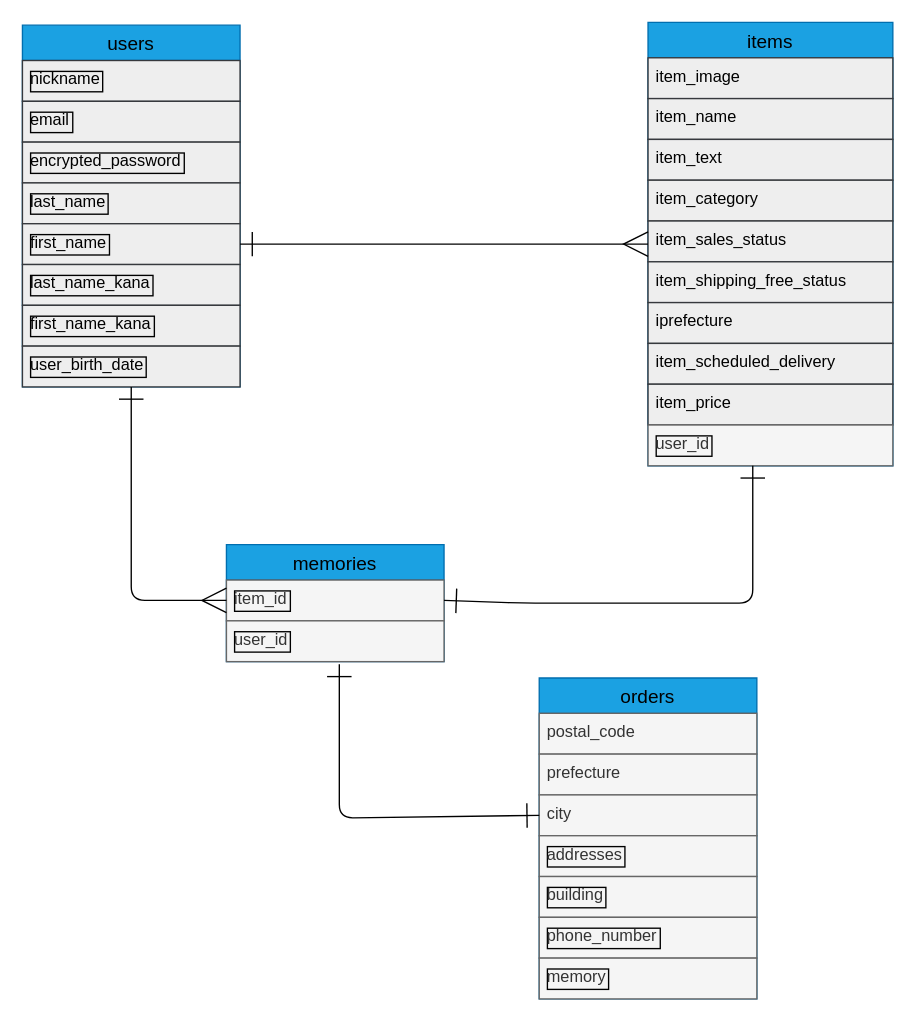
nakk-ramy/furima-38146 keeps this draw.io diagram as furimaDB.dio. Above is the earlier version. Source tidied: cells renumbered, new cells numbered last; positions are measured from the earlier drawing's top-left corner, leaving out a move shared by most shapes. Both pictures are drawn from the tidied source at 136%, with x=0, y=0 at pixel (22, 22).
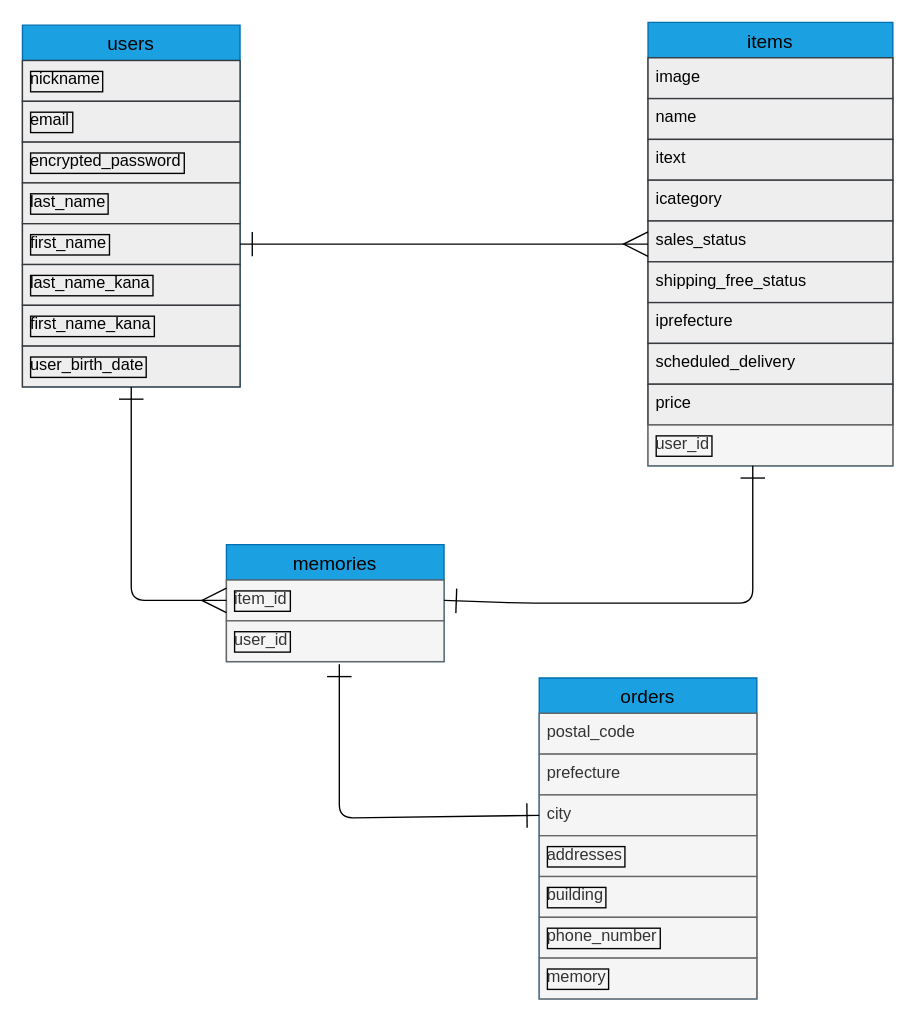
Above is the later version.

Unchanged cells that the change refers to:
```xml
<mxCell id="11" value="items" style="swimlane;fontStyle=0;horizontal=1;startSize=26;align=center;fontSize=14;fillColor=#1ba1e2;fontColor=#000000;strokeColor=#006EAF;" parent="1" vertex="1">
  <mxGeometry x="460" width="180" height="326" as="geometry" />
</mxCell>
```

Diff of the diagram source:
```diff
@@
-    <mxCell id="12" value="item_image" style="text;strokeColor=#36393d;fillColor=#eeeeee;spacingLeft=4;spacingRight=4;overflow=hidden;fontSize=12;fontColor=#000000;" parent="11" vertex="1">
+    <mxCell id="12" value="image" style="text;strokeColor=#36393d;fillColor=#eeeeee;spacingLeft=4;spacingRight=4;overflow=hidden;fontSize=12;fontColor=#000000;" parent="11" vertex="1">
       <mxGeometry y="26" width="180" height="30" as="geometry" />
     </mxCell>
-    <mxCell id="13" value="item_name" style="text;strokeColor=#36393d;fillColor=#eeeeee;spacingLeft=4;spacingRight=4;overflow=hidden;fontSize=12;fontColor=#000000;" parent="11" vertex="1">
+    <mxCell id="13" value="name" style="text;strokeColor=#36393d;fillColor=#eeeeee;spacingLeft=4;spacingRight=4;overflow=hidden;fontSize=12;fontColor=#000000;" parent="11" vertex="1">
       <mxGeometry y="56" width="180" height="30" as="geometry" />
     </mxCell>
-    <mxCell id="14" value="item_text" style="text;strokeColor=#36393d;fillColor=#eeeeee;spacingLeft=4;spacingRight=4;overflow=hidden;fontSize=12;fontColor=#000000;" parent="11" vertex="1">
+    <mxCell id="14" value="itext" style="text;strokeColor=#36393d;fillColor=#eeeeee;spacingLeft=4;spacingRight=4;overflow=hidden;fontSize=12;fontColor=#000000;" parent="11" vertex="1">
       <mxGeometry y="86" width="180" height="30" as="geometry" />
     </mxCell>
-    <mxCell id="15" value="item_category" style="text;strokeColor=#36393d;fillColor=#eeeeee;spacingLeft=4;spacingRight=4;overflow=hidden;fontSize=12;fontColor=#000000;" parent="11" vertex="1">
+    <mxCell id="15" value="icategory" style="text;strokeColor=#36393d;fillColor=#eeeeee;spacingLeft=4;spacingRight=4;overflow=hidden;fontSize=12;fontColor=#000000;" parent="11" vertex="1">
       <mxGeometry y="116" width="180" height="30" as="geometry" />
     </mxCell>
-    <mxCell id="16" value="item_sales_status" style="text;strokeColor=#36393d;fillColor=#eeeeee;spacingLeft=4;spacingRight=4;overflow=hidden;fontSize=12;fontColor=#000000;" parent="11" vertex="1">
+    <mxCell id="16" value="sales_status" style="text;strokeColor=#36393d;fillColor=#eeeeee;spacingLeft=4;spacingRight=4;overflow=hidden;fontSize=12;fontColor=#000000;" parent="11" vertex="1">
       <mxGeometry y="146" width="180" height="30" as="geometry" />
     </mxCell>
-    <mxCell id="17" value="item_shipping_free_status" style="text;strokeColor=#36393d;fillColor=#eeeeee;spacingLeft=4;spacingRight=4;overflow=hidden;fontSize=12;fontColor=#000000;" parent="11" vertex="1">
+    <mxCell id="17" value="shipping_free_status" style="text;strokeColor=#36393d;fillColor=#eeeeee;spacingLeft=4;spacingRight=4;overflow=hidden;fontSize=12;fontColor=#000000;" parent="11" vertex="1">
       <mxGeometry y="176" width="180" height="30" as="geometry" />
     </mxCell>
@@
-    <mxCell id="19" value="item_scheduled_delivery" style="text;strokeColor=#36393d;fillColor=#eeeeee;spacingLeft=4;spacingRight=4;overflow=hidden;fontSize=12;fontColor=#000000;" parent="11" vertex="1">
+    <mxCell id="19" value="scheduled_delivery" style="text;strokeColor=#36393d;fillColor=#eeeeee;spacingLeft=4;spacingRight=4;overflow=hidden;fontSize=12;fontColor=#000000;" parent="11" vertex="1">
       <mxGeometry y="236" width="180" height="30" as="geometry" />
     </mxCell>
-    <mxCell id="20" value="item_price" style="text;strokeColor=#36393d;fillColor=#eeeeee;spacingLeft=4;spacingRight=4;overflow=hidden;fontSize=12;fontColor=#000000;" parent="11" vertex="1">
+    <mxCell id="20" value="price" style="text;strokeColor=#36393d;fillColor=#eeeeee;spacingLeft=4;spacingRight=4;overflow=hidden;fontSize=12;fontColor=#000000;" parent="11" vertex="1">
       <mxGeometry y="266" width="180" height="30" as="geometry" />
     </mxCell>
```
